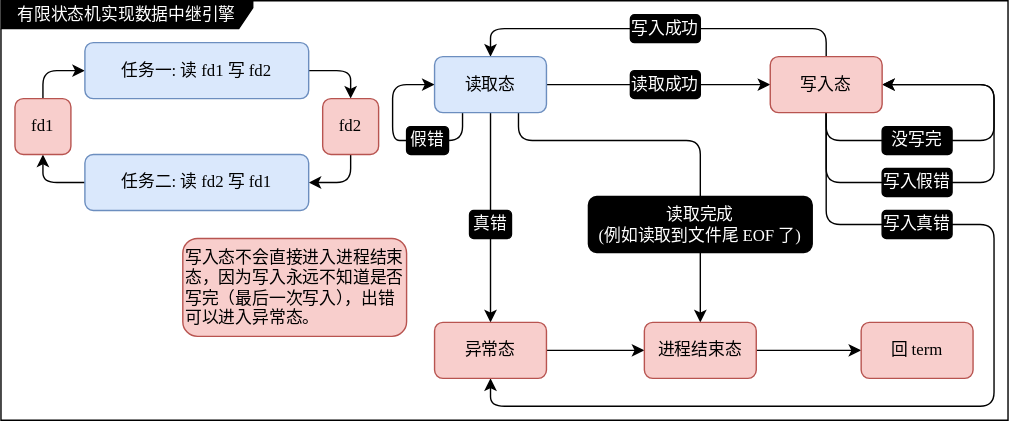
Before: Atta/drawio/9-有限状态机实现数据中继引擎.drawio.svg, a diagram exported from draw.io (yyangdid/MarkdownNotes). Source tidied: cells renumbered, new cells last; positions are measured from the earlier drawing's top-left corner, leaving out a move shared by most shapes. Its diagram source:
```xml
<mxGraphModel>
  <root>
    <mxCell id="0" />
    <mxCell id="1" parent="0" />
    <mxCell id="2" value="有限状态机实现数据中继引擎" style="shape=umlFrame;whiteSpace=wrap;html=1;fillColor=#000000;fontColor=#FFFFFF;width=180;height=20;fontFamily=等距更纱黑体 SC;" parent="1" vertex="1">
      <mxGeometry width="720" height="300" as="geometry" />
    </mxCell>
    <mxCell id="3" style="edgeStyle=none;html=1;exitX=0.5;exitY=0;exitDx=0;exitDy=0;entryX=0;entryY=0.5;entryDx=0;entryDy=0;fontFamily=等距更纱黑体 SC;fontColor=#FFFFFF;" parent="1" edge="1" source="21" target="19">
      <mxGeometry relative="1" as="geometry">
        <Array as="points">
          <mxPoint x="30" y="50" />
        </Array>
      </mxGeometry>
    </mxCell>
    <mxCell id="4" style="edgeStyle=none;html=1;exitX=0.5;exitY=1;exitDx=0;exitDy=0;entryX=1;entryY=0.5;entryDx=0;entryDy=0;fontFamily=等距更纱黑体 SC;fontColor=#FFFFFF;" parent="1" edge="1" source="22" target="20">
      <mxGeometry relative="1" as="geometry">
        <Array as="points">
          <mxPoint x="250" y="130" />
        </Array>
      </mxGeometry>
    </mxCell>
    <mxCell id="5" style="edgeStyle=none;html=1;exitX=1;exitY=0.5;exitDx=0;exitDy=0;entryX=0.5;entryY=0;entryDx=0;entryDy=0;fontFamily=等距更纱黑体 SC;fontColor=#FFFFFF;" parent="1" edge="1" source="19" target="22">
      <mxGeometry relative="1" as="geometry">
        <Array as="points">
          <mxPoint x="250" y="50" />
        </Array>
      </mxGeometry>
    </mxCell>
    <mxCell id="6" style="edgeStyle=none;html=1;exitX=0;exitY=0.5;exitDx=0;exitDy=0;entryX=0.5;entryY=1;entryDx=0;entryDy=0;fontFamily=等距更纱黑体 SC;fontColor=#FFFFFF;" parent="1" edge="1" source="20" target="21">
      <mxGeometry relative="1" as="geometry">
        <Array as="points">
          <mxPoint x="30" y="130" />
        </Array>
      </mxGeometry>
    </mxCell>
    <mxCell id="7" style="edgeStyle=none;html=1;exitX=0.5;exitY=1;exitDx=0;exitDy=0;entryX=0.5;entryY=0;entryDx=0;entryDy=0;fontFamily=等距更纱黑体 SC;fontColor=#FFFFFF;labelBackgroundColor=#000000;labelBorderColor=default;startArrow=none;" parent="1" edge="1" source="28" target="24">
      <mxGeometry relative="1" as="geometry" />
    </mxCell>
    <mxCell id="8" style="edgeStyle=none;html=1;exitX=1;exitY=0.5;exitDx=0;exitDy=0;entryX=0;entryY=0.5;entryDx=0;entryDy=0;labelBackgroundColor=#000000;labelBorderColor=default;fontFamily=等距更纱黑体 SC;fontColor=#FFFFFF;startArrow=none;" parent="1" edge="1" source="30" target="25">
      <mxGeometry relative="1" as="geometry" />
    </mxCell>
    <mxCell id="9" style="edgeStyle=none;html=1;exitX=0.75;exitY=1;exitDx=0;exitDy=0;entryX=0.5;entryY=0;entryDx=0;entryDy=0;labelBackgroundColor=#000000;labelBorderColor=default;fontFamily=等距更纱黑体 SC;fontColor=#FFFFFF;" parent="1" edge="1" source="23" target="26">
      <mxGeometry relative="1" as="geometry">
        <Array as="points">
          <mxPoint x="370" y="100" />
          <mxPoint x="500" y="100" />
        </Array>
      </mxGeometry>
    </mxCell>
    <mxCell id="10" style="edgeStyle=none;html=1;exitX=1;exitY=0.5;exitDx=0;exitDy=0;entryX=0;entryY=0.5;entryDx=0;entryDy=0;labelBackgroundColor=#000000;labelBorderColor=default;fontFamily=等距更纱黑体 SC;fontColor=#FFFFFF;" parent="1" edge="1" source="24" target="26">
      <mxGeometry relative="1" as="geometry" />
    </mxCell>
    <mxCell id="11" style="edgeStyle=none;html=1;exitX=0.5;exitY=0;exitDx=0;exitDy=0;entryX=0.5;entryY=0;entryDx=0;entryDy=0;labelBackgroundColor=#000000;labelBorderColor=default;fontFamily=等距更纱黑体 SC;fontColor=#FFFFFF;" parent="1" edge="1" source="25" target="23">
      <mxGeometry relative="1" as="geometry">
        <Array as="points">
          <mxPoint x="590" y="20" />
          <mxPoint x="350" y="20" />
        </Array>
      </mxGeometry>
    </mxCell>
    <mxCell id="12" style="edgeStyle=none;html=1;exitX=0.5;exitY=1;exitDx=0;exitDy=0;labelBackgroundColor=#000000;labelBorderColor=default;fontFamily=等距更纱黑体 SC;fontColor=#FFFFFF;" parent="1" edge="1" source="25">
      <mxGeometry relative="1" as="geometry">
        <mxPoint x="630" y="60" as="targetPoint" />
        <Array as="points">
          <mxPoint x="590" y="130" />
          <mxPoint x="710" y="130" />
          <mxPoint x="710" y="60" />
        </Array>
      </mxGeometry>
    </mxCell>
    <mxCell id="13" style="edgeStyle=none;html=1;exitX=0.5;exitY=1;exitDx=0;exitDy=0;labelBackgroundColor=#000000;labelBorderColor=default;fontFamily=等距更纱黑体 SC;fontColor=#FFFFFF;entryX=0.5;entryY=1;entryDx=0;entryDy=0;" parent="1" edge="1" source="25" target="24">
      <mxGeometry relative="1" as="geometry">
        <Array as="points">
          <mxPoint x="590" y="160" />
          <mxPoint x="710" y="160" />
          <mxPoint x="710" y="290" />
          <mxPoint x="350" y="290" />
        </Array>
      </mxGeometry>
    </mxCell>
    <mxCell id="14" style="edgeStyle=none;html=1;exitX=1;exitY=0.5;exitDx=0;exitDy=0;entryX=0;entryY=0.5;entryDx=0;entryDy=0;labelBackgroundColor=#000000;labelBorderColor=default;fontFamily=等距更纱黑体 SC;fontColor=#FFFFFF;" parent="1" edge="1" source="26" target="27">
      <mxGeometry relative="1" as="geometry" />
    </mxCell>
    <mxCell id="15" style="edgeStyle=none;html=1;exitX=0.25;exitY=1;exitDx=0;exitDy=0;entryX=0;entryY=0.5;entryDx=0;entryDy=0;labelBackgroundColor=#000000;labelBorderColor=default;fontFamily=等距更纱黑体 SC;fontColor=#FFFFFF;" parent="1" edge="1" source="23" target="23">
      <mxGeometry relative="1" as="geometry">
        <Array as="points">
          <mxPoint x="330" y="100" />
          <mxPoint x="300" y="100" />
          <mxPoint x="280" y="100" />
          <mxPoint x="280" y="60" />
        </Array>
      </mxGeometry>
    </mxCell>
    <mxCell id="16" style="edgeStyle=none;html=1;exitX=0.5;exitY=1;exitDx=0;exitDy=0;entryX=0.5;entryY=0;entryDx=0;entryDy=0;fontFamily=等距更纱黑体 SC;fontColor=#FFFFFF;labelBackgroundColor=#000000;labelBorderColor=default;endArrow=none;" parent="1" edge="1" source="23" target="28">
      <mxGeometry relative="1" as="geometry" />
    </mxCell>
    <mxCell id="17" style="edgeStyle=none;html=1;exitX=1;exitY=0.5;exitDx=0;exitDy=0;entryX=0;entryY=0.5;entryDx=0;entryDy=0;labelBackgroundColor=#000000;labelBorderColor=default;fontFamily=等距更纱黑体 SC;fontColor=#FFFFFF;endArrow=none;" parent="1" edge="1" source="23" target="30">
      <mxGeometry relative="1" as="geometry" />
    </mxCell>
    <mxCell id="18" style="edgeStyle=none;html=1;exitX=0.5;exitY=1;exitDx=0;exitDy=0;entryX=1;entryY=0.5;entryDx=0;entryDy=0;labelBackgroundColor=#000000;labelBorderColor=default;fontFamily=等距更纱黑体 SC;fontColor=#FFFFFF;" parent="1" edge="1" source="25" target="25">
      <mxGeometry relative="1" as="geometry">
        <Array as="points">
          <mxPoint x="590" y="100" />
          <mxPoint x="710" y="100" />
          <mxPoint x="710" y="60" />
        </Array>
      </mxGeometry>
    </mxCell>
    <mxCell id="19" value="任务一: 读 fd1 写 fd2" style="rounded=1;whiteSpace=wrap;html=1;fontFamily=等距更纱黑体 SC;fillColor=#dae8fc;strokeColor=#6c8ebf;" parent="1" vertex="1">
      <mxGeometry x="60" y="30" width="160" height="40" as="geometry" />
    </mxCell>
    <mxCell id="20" value="任务二: 读 fd2 写 fd1" style="rounded=1;whiteSpace=wrap;html=1;fontFamily=等距更纱黑体 SC;fillColor=#dae8fc;strokeColor=#6c8ebf;" parent="1" vertex="1">
      <mxGeometry x="60" y="110" width="160" height="40" as="geometry" />
    </mxCell>
    <mxCell id="21" value="fd1" style="rounded=1;whiteSpace=wrap;html=1;fontFamily=等距更纱黑体 SC;fillColor=#f8cecc;strokeColor=#b85450;" parent="1" vertex="1">
      <mxGeometry x="10" y="70" width="40" height="40" as="geometry" />
    </mxCell>
    <mxCell id="22" value="fd2" style="rounded=1;whiteSpace=wrap;html=1;fontFamily=等距更纱黑体 SC;fillColor=#f8cecc;strokeColor=#b85450;" parent="1" vertex="1">
      <mxGeometry x="230" y="70" width="40" height="40" as="geometry" />
    </mxCell>
    <mxCell id="23" value="读取态" style="rounded=1;whiteSpace=wrap;html=1;fontFamily=等距更纱黑体 SC;fillColor=#dae8fc;strokeColor=#6c8ebf;" parent="1" vertex="1">
      <mxGeometry x="310" y="40" width="80" height="40" as="geometry" />
    </mxCell>
    <mxCell id="24" value="异常态" style="rounded=1;whiteSpace=wrap;html=1;fontFamily=等距更纱黑体 SC;fillColor=#f8cecc;strokeColor=#b85450;" parent="1" vertex="1">
      <mxGeometry x="310" y="230" width="80" height="40" as="geometry" />
    </mxCell>
    <mxCell id="25" value="写入态" style="rounded=1;whiteSpace=wrap;html=1;fontFamily=等距更纱黑体 SC;fillColor=#f8cecc;strokeColor=#b85450;" parent="1" vertex="1">
      <mxGeometry x="550" y="40" width="80" height="40" as="geometry" />
    </mxCell>
    <mxCell id="26" value="进程结束态" style="rounded=1;whiteSpace=wrap;html=1;fontFamily=等距更纱黑体 SC;fillColor=#f8cecc;strokeColor=#b85450;" parent="1" vertex="1">
      <mxGeometry x="460" y="230" width="80" height="40" as="geometry" />
    </mxCell>
    <mxCell id="27" value="回 term" style="rounded=1;whiteSpace=wrap;html=1;fontFamily=等距更纱黑体 SC;fillColor=#f8cecc;strokeColor=#b85450;" parent="1" vertex="1">
      <mxGeometry x="615" y="230" width="80" height="40" as="geometry" />
    </mxCell>
    <mxCell id="28" value="真错" style="rounded=1;whiteSpace=wrap;html=1;fontFamily=等距更纱黑体 SC;fontColor=#FFFFFF;labelBackgroundColor=none;labelBorderColor=none;fillColor=#000000;" parent="1" vertex="1">
      <mxGeometry x="335" y="150" width="30" height="20" as="geometry" />
    </mxCell>
    <mxCell id="29" value="假错" style="rounded=1;whiteSpace=wrap;html=1;fontFamily=等距更纱黑体 SC;fontColor=#FFFFFF;labelBackgroundColor=none;labelBorderColor=none;fillColor=#000000;" parent="1" vertex="1">
      <mxGeometry x="290" y="90" width="30" height="20" as="geometry" />
    </mxCell>
    <mxCell id="30" value="读取成功" style="rounded=1;whiteSpace=wrap;html=1;fontFamily=等距更纱黑体 SC;fontColor=#FFFFFF;labelBackgroundColor=none;labelBorderColor=none;fillColor=#000000;" parent="1" vertex="1">
      <mxGeometry x="450" y="50" width="50" height="20" as="geometry" />
    </mxCell>
    <mxCell id="31" value="读取完成&lt;br&gt;(例如读取到文件尾 EOF 了)" style="rounded=1;whiteSpace=wrap;html=1;fontFamily=等距更纱黑体 SC;fontColor=#FFFFFF;labelBackgroundColor=none;labelBorderColor=none;fillColor=#000000;" parent="1" vertex="1">
      <mxGeometry x="420" y="140" width="160" height="40" as="geometry" />
    </mxCell>
    <mxCell id="32" value="写入成功" style="rounded=1;whiteSpace=wrap;html=1;fontFamily=等距更纱黑体 SC;fontColor=#FFFFFF;labelBackgroundColor=none;labelBorderColor=none;fillColor=#000000;" parent="1" vertex="1">
      <mxGeometry x="450" y="10" width="50" height="20" as="geometry" />
    </mxCell>
    <mxCell id="33" value="没写完" style="rounded=1;whiteSpace=wrap;html=1;fontFamily=等距更纱黑体 SC;fontColor=#FFFFFF;labelBackgroundColor=none;labelBorderColor=none;fillColor=#000000;" parent="1" vertex="1">
      <mxGeometry x="630" y="90" width="50" height="20" as="geometry" />
    </mxCell>
    <mxCell id="34" value="写入假错" style="rounded=1;whiteSpace=wrap;html=1;fontFamily=等距更纱黑体 SC;fontColor=#FFFFFF;labelBackgroundColor=none;labelBorderColor=none;fillColor=#000000;" parent="1" vertex="1">
      <mxGeometry x="630" y="120" width="50" height="20" as="geometry" />
    </mxCell>
    <mxCell id="35" value="写入真错" style="rounded=1;whiteSpace=wrap;html=1;fontFamily=等距更纱黑体 SC;fontColor=#FFFFFF;labelBackgroundColor=none;labelBorderColor=none;fillColor=#000000;" parent="1" vertex="1">
      <mxGeometry x="630" y="150" width="50" height="20" as="geometry" />
    </mxCell>
    <mxCell id="36" value="写入态不会直接进入进程结束态，因为写入永远不知道是否写完（最后一次写入），出错可以进入异常态。" style="rounded=1;whiteSpace=wrap;html=1;fontFamily=等距更纱黑体 SC;fillColor=#f8cecc;strokeColor=#b85450;align=left;" parent="1" vertex="1">
      <mxGeometry x="130" y="170" width="160" height="70" as="geometry" />
    </mxCell>
  </root>
</mxGraphModel>
```
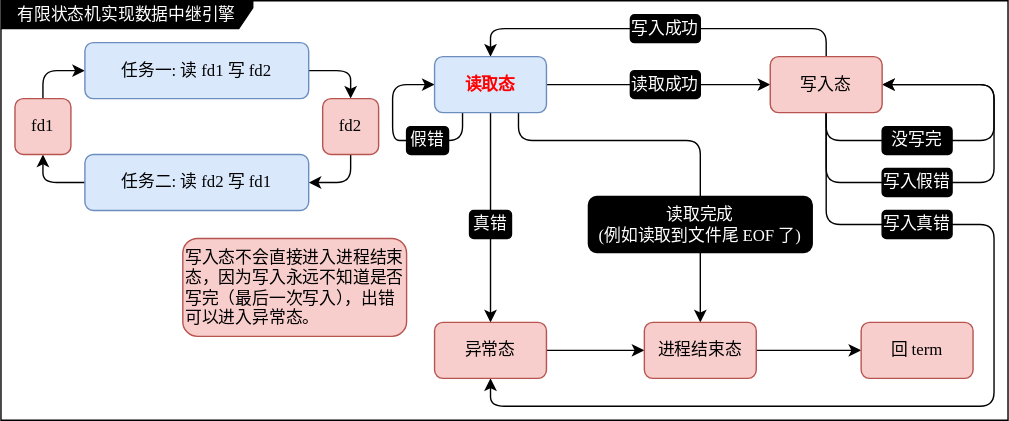
The same diagram one commit later.

The edit, as a diff of the source:
```diff
@@ -118,7 +118,7 @@
     <mxCell id="22" value="fd2" style="rounded=1;whiteSpace=wrap;html=1;fontFamily=等距更纱黑体 SC;fillColor=#f8cecc;strokeColor=#b85450;" parent="1" vertex="1">
       <mxGeometry x="230" y="70" width="40" height="40" as="geometry" />
     </mxCell>
-    <mxCell id="23" value="读取态" style="rounded=1;whiteSpace=wrap;html=1;fontFamily=等距更纱黑体 SC;fillColor=#dae8fc;strokeColor=#6c8ebf;" parent="1" vertex="1">
+    <mxCell id="23" value="&lt;font color=&quot;#ff0000&quot;&gt;&lt;b&gt;读取态&lt;/b&gt;&lt;/font&gt;" style="rounded=1;whiteSpace=wrap;html=1;fontFamily=等距更纱黑体 SC;fillColor=#dae8fc;strokeColor=#6c8ebf;" parent="1" vertex="1">
       <mxGeometry x="310" y="40" width="80" height="40" as="geometry" />
     </mxCell>
     <mxCell id="24" value="异常态" style="rounded=1;whiteSpace=wrap;html=1;fontFamily=等距更纱黑体 SC;fillColor=#f8cecc;strokeColor=#b85450;" parent="1" vertex="1">
```
